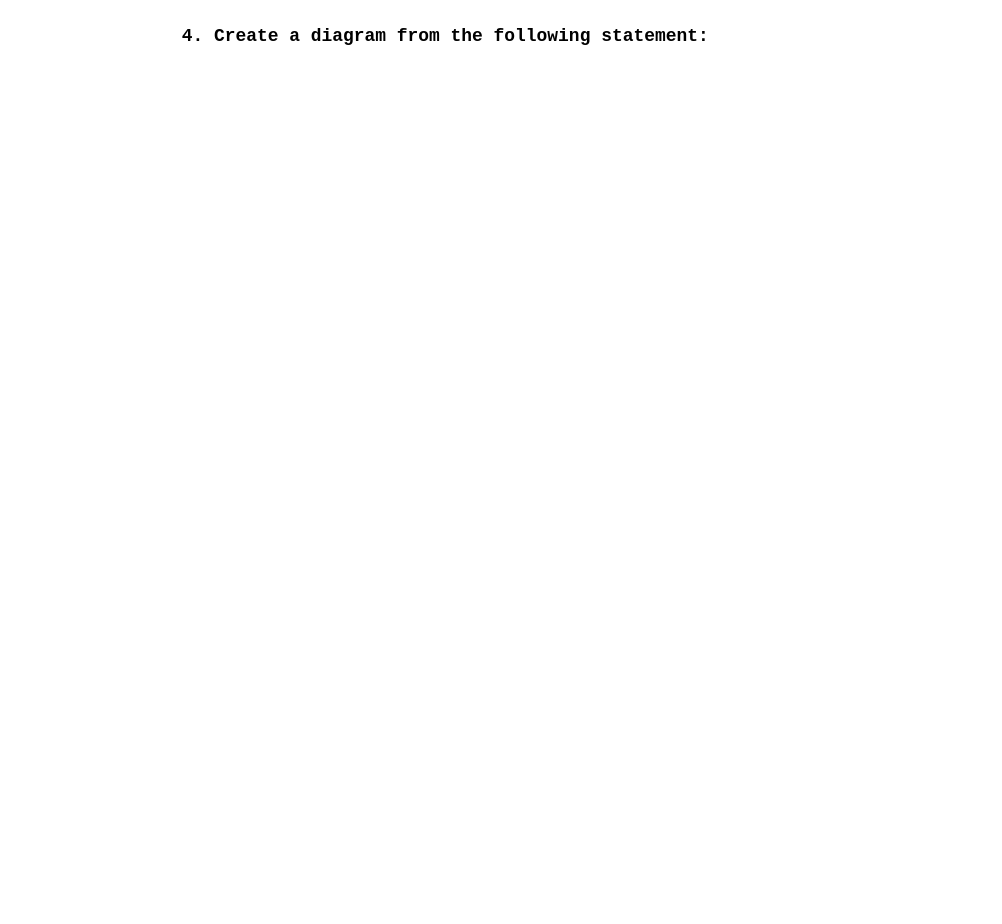
The draw.io diagram page "Exercise 4" (4 of 4) of UD4_Exercise4_MarcosZahonero.drawio in Maek0s/1DAM_Databases, before the edit. Source tidied: cells renumbered, new cells numbered last; positions are measured from the earlier drawing's top-left corner, leaving out a move shared by most shapes. Both pictures are drawn from the tidied source at 112%, with x=0, y=0 at pixel (170, 19).
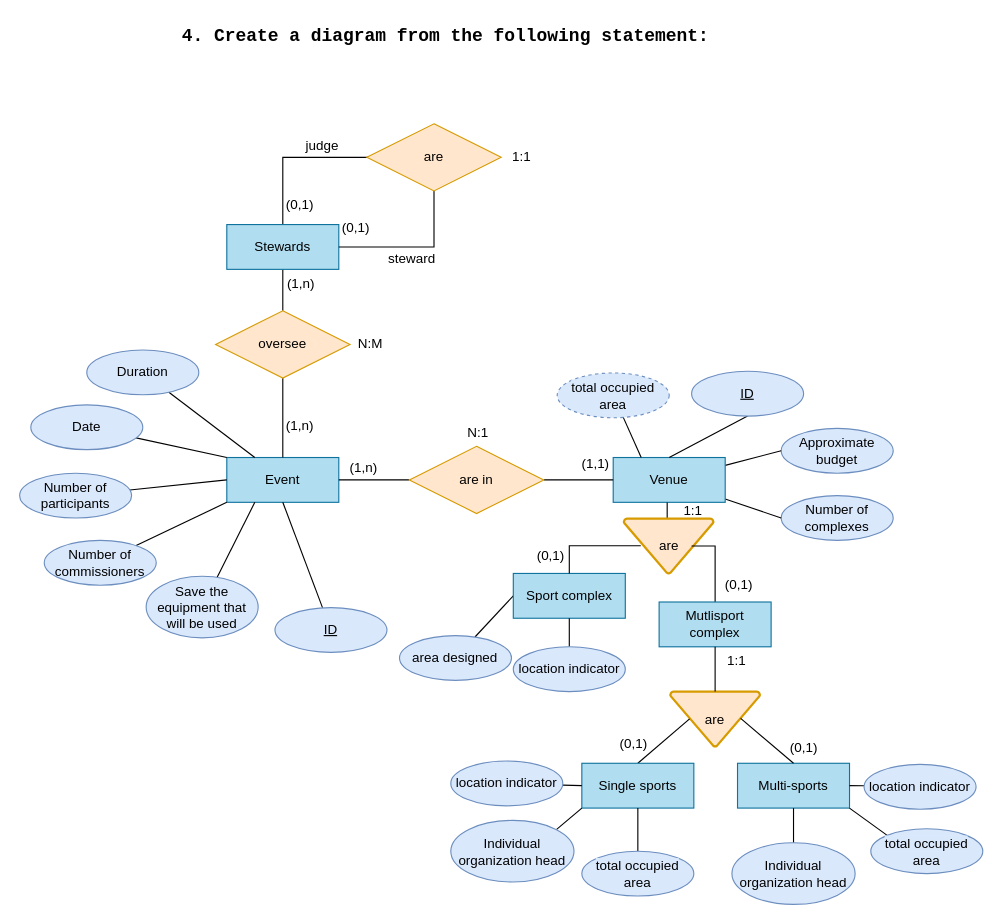
The same page after the edit.

What changed in the source:
```diff
@@
+    <mxCell id="3" value="Number of complexes" style="ellipse;whiteSpace=wrap;html=1;align=center;fillColor=#dae8fc;strokeColor=#6c8ebf;" parent="1" vertex="1">
+      <mxGeometry x="545" y="425" width="100" height="40" as="geometry" />
+    </mxCell>
+    <mxCell id="4" value="Approximate budget" style="ellipse;whiteSpace=wrap;html=1;align=center;fillColor=#dae8fc;strokeColor=#6c8ebf;" parent="1" vertex="1">
+      <mxGeometry x="545" y="365" width="100" height="40" as="geometry" />
+    </mxCell>
+    <mxCell id="5" value="Event" style="whiteSpace=wrap;html=1;align=center;fillColor=#b1ddf0;strokeColor=#10739e;" parent="1" vertex="1">
+      <mxGeometry x="50" y="391" width="100" height="40" as="geometry" />
+    </mxCell>
+    <mxCell id="6" style="rounded=0;jettySize=auto;html=1;entryX=0;entryY=0;entryDx=0;entryDy=0;endArrow=none;endFill=0;" parent="1" edge="1" source="7" target="5">
+      <mxGeometry relative="1" as="geometry" />
+    </mxCell>
+    <mxCell id="7" value="Date" style="ellipse;whiteSpace=wrap;html=1;align=center;fillColor=#dae8fc;strokeColor=#6c8ebf;" parent="1" vertex="1">
+      <mxGeometry x="-125" y="344" width="100" height="40" as="geometry" />
+    </mxCell>
+    <mxCell id="8" style="rounded=0;jettySize=auto;html=1;entryX=0.25;entryY=0;entryDx=0;entryDy=0;endArrow=none;endFill=0;" parent="1" edge="1" source="9" target="5">
+      <mxGeometry relative="1" as="geometry" />
+    </mxCell>
+    <mxCell id="9" value="Duration" style="ellipse;whiteSpace=wrap;html=1;align=center;fillColor=#dae8fc;strokeColor=#6c8ebf;" parent="1" vertex="1">
+      <mxGeometry x="-75" y="295" width="100" height="40" as="geometry" />
+    </mxCell>
+    <mxCell id="10" style="rounded=0;jettySize=auto;html=1;entryX=0;entryY=0.5;entryDx=0;entryDy=0;endArrow=none;endFill=0;" parent="1" edge="1" source="11" target="5">
+      <mxGeometry relative="1" as="geometry" />
+    </mxCell>
+    <mxCell id="11" value="Number of&lt;br&gt;participants" style="ellipse;whiteSpace=wrap;html=1;align=center;fillColor=#dae8fc;strokeColor=#6c8ebf;" parent="1" vertex="1">
+      <mxGeometry x="-135" y="405" width="100" height="40" as="geometry" />
+    </mxCell>
+    <mxCell id="12" style="rounded=0;jettySize=auto;html=1;endArrow=none;endFill=0;entryX=0;entryY=1;entryDx=0;entryDy=0;" parent="1" edge="1" source="13" target="5">
+      <mxGeometry relative="1" as="geometry" />
+    </mxCell>
+    <mxCell id="13" value="Number of&lt;br&gt;commissioners" style="ellipse;whiteSpace=wrap;html=1;align=center;fillColor=#dae8fc;strokeColor=#6c8ebf;" parent="1" vertex="1">
+      <mxGeometry x="-113" y="465" width="100" height="40" as="geometry" />
+    </mxCell>
+    <mxCell id="14" style="rounded=0;jettySize=auto;html=1;entryX=0.25;entryY=1;entryDx=0;entryDy=0;endArrow=none;endFill=0;" parent="1" edge="1" source="15" target="5">
+      <mxGeometry relative="1" as="geometry" />
+    </mxCell>
+    <mxCell id="15" value="Save the equipment that will be used" style="ellipse;whiteSpace=wrap;html=1;align=center;fillColor=#dae8fc;strokeColor=#6c8ebf;" parent="1" vertex="1">
+      <mxGeometry x="-22" y="497" width="100" height="55" as="geometry" />
+    </mxCell>
+    <mxCell id="16" style="rounded=0;jettySize=auto;html=1;endArrow=none;endFill=0;" parent="1" edge="1" source="18" target="30">
+      <mxGeometry relative="1" as="geometry" />
+    </mxCell>
+    <mxCell id="17" style="edgeStyle=orthogonalEdgeStyle;rounded=0;jettySize=auto;html=1;" parent="1" edge="1" source="18">
+      <mxGeometry relative="1" as="geometry">
+        <mxPoint x="215" y="123" as="targetPoint" />
+        <Array as="points">
+          <mxPoint x="100" y="123" />
+        </Array>
+      </mxGeometry>
+    </mxCell>
+    <mxCell id="18" value="Stewards" style="whiteSpace=wrap;html=1;align=center;fillColor=#b1ddf0;strokeColor=#10739e;" parent="1" vertex="1">
+      <mxGeometry x="50" y="183" width="100" height="40" as="geometry" />
+    </mxCell>
+    <mxCell id="19" style="rounded=0;jettySize=auto;html=1;entryX=0;entryY=0.5;entryDx=0;entryDy=0;endArrow=none;endFill=0;" parent="1" edge="1" source="21" target="3">
+      <mxGeometry relative="1" as="geometry" />
+    </mxCell>
+    <mxCell id="20" style="rounded=0;jettySize=auto;html=1;entryX=0;entryY=0.5;entryDx=0;entryDy=0;endArrow=none;endFill=0;" parent="1" edge="1" source="21" target="4">
+      <mxGeometry relative="1" as="geometry" />
+    </mxCell>
+    <mxCell id="21" value="Venue" style="whiteSpace=wrap;html=1;align=center;fillColor=#b1ddf0;strokeColor=#10739e;" parent="1" vertex="1">
+      <mxGeometry x="395" y="391" width="100" height="40" as="geometry" />
+    </mxCell>
+    <mxCell id="22" style="rounded=0;jettySize=auto;html=1;entryX=0;entryY=0.5;entryDx=0;entryDy=0;endArrow=none;endFill=0;" parent="1" edge="1" source="24" target="21">
+      <mxGeometry relative="1" as="geometry" />
+    </mxCell>
+    <mxCell id="23" style="rounded=0;jettySize=auto;html=1;entryX=1;entryY=0.5;entryDx=0;entryDy=0;endArrow=none;endFill=0;" parent="1" edge="1" source="24" target="5">
+      <mxGeometry relative="1" as="geometry" />
+    </mxCell>
+    <mxCell id="24" value="are in" style="shape=rhombus;perimeter=rhombusPerimeter;whiteSpace=wrap;html=1;align=center;fillColor=#ffe6cc;strokeColor=#d79b00;" parent="1" vertex="1">
+      <mxGeometry x="213" y="381" width="120" height="60" as="geometry" />
+    </mxCell>
+    <mxCell id="25" value="are" style="strokeWidth=2;html=1;shape=mxgraph.flowchart.merge_or_storage;whiteSpace=wrap;fillColor=#ffe6cc;strokeColor=#d79b00;" parent="1" vertex="1">
+      <mxGeometry x="446" y="600" width="80" height="49" as="geometry" />
+    </mxCell>
+    <mxCell id="26" style="rounded=0;jettySize=auto;html=1;entryX=0.215;entryY=0.496;entryDx=0;entryDy=0;entryPerimeter=0;exitX=0.5;exitY=0;exitDx=0;exitDy=0;endArrow=none;endFill=0;" parent="1" edge="1" source="27" target="25">
+      <mxGeometry relative="1" as="geometry" />
+    </mxCell>
+    <mxCell id="27" value="Single sports" style="whiteSpace=wrap;html=1;align=center;fillColor=#b1ddf0;strokeColor=#10739e;" parent="1" vertex="1">
+      <mxGeometry x="367" y="664" width="100" height="40" as="geometry" />
+    </mxCell>
+    <mxCell id="28" value="Multi-sports" style="whiteSpace=wrap;html=1;align=center;fillColor=#b1ddf0;strokeColor=#10739e;" parent="1" vertex="1">
+      <mxGeometry x="506" y="664" width="100" height="40" as="geometry" />
+    </mxCell>
+    <mxCell id="29" style="rounded=0;jettySize=auto;html=1;endArrow=none;endFill=0;" parent="1" edge="1" source="30" target="5">
+      <mxGeometry relative="1" as="geometry" />
+    </mxCell>
+    <mxCell id="30" value="oversee" style="shape=rhombus;perimeter=rhombusPerimeter;whiteSpace=wrap;html=1;align=center;fillColor=#ffe6cc;strokeColor=#d79b00;" parent="1" vertex="1">
+      <mxGeometry x="40" y="260" width="120" height="60" as="geometry" />
+    </mxCell>
+    <mxCell id="31" style="rounded=0;jettySize=auto;html=1;exitX=0.5;exitY=0;exitDx=0;exitDy=0;entryX=0.785;entryY=0.488;entryDx=0;entryDy=0;entryPerimeter=0;endArrow=none;endFill=0;" parent="1" edge="1" source="28" target="25">
+      <mxGeometry relative="1" as="geometry" />
+    </mxCell>
+    <mxCell id="32" style="edgeStyle=orthogonalEdgeStyle;rounded=0;jettySize=auto;html=1;entryX=1;entryY=0.5;entryDx=0;entryDy=0;endArrow=none;endFill=0;" parent="1" edge="1" source="33" target="18">
+      <mxGeometry relative="1" as="geometry">
+        <Array as="points">
+          <mxPoint x="235" y="203" />
+        </Array>
+      </mxGeometry>
+    </mxCell>
+    <mxCell id="33" value="are" style="shape=rhombus;perimeter=rhombusPerimeter;whiteSpace=wrap;html=1;align=center;fillColor=#ffe6cc;strokeColor=#d79b00;" parent="1" vertex="1">
+      <mxGeometry x="175" y="93" width="120" height="60" as="geometry" />
+    </mxCell>
+    <mxCell id="34" value="judge" style="text;html=1;align=center;verticalAlign=middle;strokeColor=none;fillColor=none;" parent="1" vertex="1">
+      <mxGeometry x="110" y="98" width="50" height="30" as="geometry" />
+    </mxCell>
+    <mxCell id="35" value="steward" style="text;html=1;align=center;verticalAlign=middle;strokeColor=none;fillColor=none;" parent="1" vertex="1">
+      <mxGeometry x="180" y="199" width="70" height="30" as="geometry" />
+    </mxCell>
+    <mxCell id="36" style="rounded=0;jettySize=auto;html=1;entryX=0;entryY=0.5;entryDx=0;entryDy=0;endArrow=none;endFill=0;" parent="1" edge="1" source="37" target="58">
+      <mxGeometry relative="1" as="geometry" />
+    </mxCell>
+    <mxCell id="37" value="area designed" style="ellipse;whiteSpace=wrap;html=1;align=center;fillColor=#dae8fc;strokeColor=#6c8ebf;" parent="1" vertex="1">
+      <mxGeometry x="204.2" y="550" width="100" height="40" as="geometry" />
+    </mxCell>
+    <mxCell id="38" style="rounded=0;jettySize=auto;html=1;exitX=0;exitY=0.476;exitDx=0;exitDy=0;entryX=1;entryY=0.5;entryDx=0;entryDy=0;endArrow=none;endFill=0;exitPerimeter=0;" parent="1" edge="1" source="68" target="28">
+      <mxGeometry relative="1" as="geometry" />
+    </mxCell>
+    <mxCell id="39" style="rounded=0;jettySize=auto;html=1;entryX=0.25;entryY=0;entryDx=0;entryDy=0;endArrow=none;endFill=0;" parent="1" edge="1" target="21">
+      <mxGeometry relative="1" as="geometry">
+        <mxPoint x="403.8" y="354.7" as="sourcePoint" />
+      </mxGeometry>
+    </mxCell>
+    <mxCell id="40" style="rounded=0;jettySize=auto;html=1;entryX=0.5;entryY=1;entryDx=0;entryDy=0;endArrow=none;endFill=0;" parent="1" edge="1" source="41" target="5">
+      <mxGeometry relative="1" as="geometry" />
+    </mxCell>
+    <mxCell id="41" value="ID" style="ellipse;whiteSpace=wrap;html=1;align=center;fontStyle=4;fillColor=#dae8fc;strokeColor=#6c8ebf;" parent="1" vertex="1">
+      <mxGeometry x="93" y="525" width="100" height="40" as="geometry" />
+    </mxCell>
+    <mxCell id="42" style="rounded=0;jettySize=auto;html=1;exitX=0.5;exitY=1;exitDx=0;exitDy=0;entryX=0.5;entryY=0;entryDx=0;entryDy=0;endArrow=none;endFill=0;" parent="1" edge="1" source="43" target="21">
+      <mxGeometry relative="1" as="geometry" />
+    </mxCell>
+    <mxCell id="43" value="ID" style="ellipse;whiteSpace=wrap;html=1;align=center;fontStyle=4;fillColor=#dae8fc;strokeColor=#6c8ebf;" parent="1" vertex="1">
+      <mxGeometry x="465" y="314" width="100" height="40" as="geometry" />
+    </mxCell>
+    <mxCell id="44" value="(0,1)" style="text;html=1;align=center;verticalAlign=middle;strokeColor=none;fillColor=none;" parent="1" vertex="1">
+      <mxGeometry x="90" y="151" width="50" height="30" as="geometry" />
+    </mxCell>
+    <mxCell id="45" value="(0,1)" style="text;html=1;align=center;verticalAlign=middle;strokeColor=none;fillColor=none;" parent="1" vertex="1">
+      <mxGeometry x="140" y="171" width="50" height="30" as="geometry" />
+    </mxCell>
+    <mxCell id="46" value="1:1" style="text;html=1;align=center;verticalAlign=middle;strokeColor=none;fillColor=none;" parent="1" vertex="1">
+      <mxGeometry x="293" y="108" width="40" height="30" as="geometry" />
+    </mxCell>
+    <mxCell id="47" value="(1,n)" style="text;html=1;align=center;verticalAlign=middle;strokeColor=none;fillColor=none;" parent="1" vertex="1">
+      <mxGeometry x="90" y="348" width="50" height="30" as="geometry" />
+    </mxCell>
+    <mxCell id="48" value="(1,n)" style="text;html=1;align=center;verticalAlign=middle;strokeColor=none;fillColor=none;" parent="1" vertex="1">
+      <mxGeometry x="91" y="221" width="50" height="30" as="geometry" />
+    </mxCell>
+    <mxCell id="49" value="N:M" style="text;html=1;align=center;verticalAlign=middle;strokeColor=none;fillColor=none;" parent="1" vertex="1">
+      <mxGeometry x="153" y="275" width="50" height="30" as="geometry" />
+    </mxCell>
+    <mxCell id="50" value="(1,n)" style="text;html=1;align=center;verticalAlign=middle;strokeColor=none;fillColor=none;" parent="1" vertex="1">
+      <mxGeometry x="147" y="385" width="50" height="30" as="geometry" />
+    </mxCell>
+    <mxCell id="51" value="(1,1)" style="text;html=1;align=center;verticalAlign=middle;strokeColor=none;fillColor=none;" parent="1" vertex="1">
+      <mxGeometry x="354" y="382" width="50" height="30" as="geometry" />
+    </mxCell>
+    <mxCell id="52" value="N:1" style="text;html=1;align=center;verticalAlign=middle;strokeColor=none;fillColor=none;" parent="1" vertex="1">
+      <mxGeometry x="254" y="354" width="40" height="30" as="geometry" />
+    </mxCell>
+    <mxCell id="53" value="&lt;span style=&quot;color: rgb(0, 0, 0); font-family: Helvetica; font-size: 12px; font-style: normal; font-variant-ligatures: normal; font-variant-caps: normal; font-weight: 400; letter-spacing: normal; orphans: 2; text-align: center; text-indent: 0px; text-transform: none; widows: 2; word-spacing: 0px; -webkit-text-stroke-width: 0px; text-decoration-thickness: initial; text-decoration-style: initial; text-decoration-color: initial; float: none; display: inline !important; background-color: rgb(218, 232, 252);&quot;&gt;total occupied area&lt;/span&gt;" style="ellipse;whiteSpace=wrap;html=1;align=center;dashed=1;fillColor=#dae8fc;strokeColor=#6c8ebf;" parent="1" vertex="1">
+      <mxGeometry x="345" y="315.5" width="100" height="40" as="geometry" />
+    </mxCell>
+    <mxCell id="54" value="(0,1)" style="text;html=1;align=center;verticalAlign=middle;strokeColor=none;fillColor=none;" parent="1" vertex="1">
+      <mxGeometry x="388" y="632" width="50" height="30" as="geometry" />
+    </mxCell>
+    <mxCell id="55" value="(0,1)" style="text;html=1;align=center;verticalAlign=middle;strokeColor=none;fillColor=none;" parent="1" vertex="1">
+      <mxGeometry x="540" y="635" width="50" height="30" as="geometry" />
+    </mxCell>
+    <mxCell id="56" style="edgeStyle=orthogonalEdgeStyle;rounded=0;jettySize=auto;html=1;exitX=0.5;exitY=0;exitDx=0;exitDy=0;exitPerimeter=0;endArrow=none;endFill=0;entryX=0.482;entryY=1.003;entryDx=0;entryDy=0;entryPerimeter=0;" parent="1" edge="1" source="57" target="21">
+      <mxGeometry relative="1" as="geometry" />
+    </mxCell>
+    <mxCell id="57" value="are" style="strokeWidth=2;html=1;shape=mxgraph.flowchart.merge_or_storage;whiteSpace=wrap;fillColor=#ffe6cc;strokeColor=#d79b00;" parent="1" vertex="1">
+      <mxGeometry x="404.5" y="445.5" width="80" height="49" as="geometry" />
+    </mxCell>
+    <mxCell id="58" value="Sport complex" style="whiteSpace=wrap;html=1;align=center;fillColor=#b1ddf0;strokeColor=#10739e;" parent="1" vertex="1">
+      <mxGeometry x="305.8" y="494.5" width="100" height="40" as="geometry" />
+    </mxCell>
+    <mxCell id="59" style="edgeStyle=orthogonalEdgeStyle;rounded=0;jettySize=auto;html=1;entryX=0.756;entryY=0.5;entryDx=0;entryDy=0;entryPerimeter=0;endArrow=none;endFill=0;" parent="1" edge="1" source="60" target="57">
+      <mxGeometry relative="1" as="geometry">
+        <Array as="points">
+          <mxPoint x="486" y="470" />
+        </Array>
+      </mxGeometry>
+    </mxCell>
+    <mxCell id="60" value="Mutlisport complex" style="whiteSpace=wrap;html=1;align=center;fillColor=#b1ddf0;strokeColor=#10739e;" parent="1" vertex="1">
+      <mxGeometry x="436" y="520" width="100" height="40" as="geometry" />
+    </mxCell>
+    <mxCell id="61" style="rounded=0;jettySize=auto;html=1;entryX=0.5;entryY=0;entryDx=0;entryDy=0;entryPerimeter=0;endArrow=none;endFill=0;" parent="1" edge="1" source="60" target="25">
+      <mxGeometry relative="1" as="geometry" />
+    </mxCell>
+    <mxCell id="62" style="rounded=0;jettySize=auto;html=1;entryX=0.5;entryY=1;entryDx=0;entryDy=0;endArrow=none;endFill=0;" parent="1" edge="1" source="63" target="58">
+      <mxGeometry relative="1" as="geometry" />
+    </mxCell>
+    <mxCell id="63" value="location indicator" style="ellipse;whiteSpace=wrap;html=1;align=center;fillColor=#dae8fc;strokeColor=#6c8ebf;" parent="1" vertex="1">
+      <mxGeometry x="305.8" y="560" width="100" height="40" as="geometry" />
+    </mxCell>
+    <mxCell id="64" style="rounded=0;jettySize=auto;html=1;entryX=0;entryY=0.5;entryDx=0;entryDy=0;endArrow=none;endFill=0;" parent="1" edge="1" source="65" target="27">
+      <mxGeometry relative="1" as="geometry" />
+    </mxCell>
+    <mxCell id="65" value="location indicator" style="ellipse;whiteSpace=wrap;html=1;align=center;fillColor=#dae8fc;strokeColor=#6c8ebf;" parent="1" vertex="1">
+      <mxGeometry x="250" y="662" width="100" height="40" as="geometry" />
+    </mxCell>
+    <mxCell id="66" style="rounded=0;jettySize=auto;html=1;exitX=1;exitY=0;exitDx=0;exitDy=0;entryX=0;entryY=1;entryDx=0;entryDy=0;endArrow=none;endFill=0;" parent="1" edge="1" source="67" target="27">
+      <mxGeometry relative="1" as="geometry" />
+    </mxCell>
+    <mxCell id="67" value="Individual organization head" style="ellipse;whiteSpace=wrap;html=1;align=center;fillColor=#dae8fc;strokeColor=#6c8ebf;" parent="1" vertex="1">
+      <mxGeometry x="250" y="715" width="110" height="55" as="geometry" />
+    </mxCell>
+    <mxCell id="68" value="location indicator" style="ellipse;whiteSpace=wrap;html=1;align=center;fillColor=#dae8fc;strokeColor=#6c8ebf;" parent="1" vertex="1">
+      <mxGeometry x="619" y="665" width="100" height="40" as="geometry" />
+    </mxCell>
+    <mxCell id="69" style="rounded=0;jettySize=auto;html=1;entryX=0.5;entryY=1;entryDx=0;entryDy=0;endArrow=none;endFill=0;" parent="1" edge="1" source="70" target="28">
+      <mxGeometry relative="1" as="geometry" />
+    </mxCell>
+    <mxCell id="70" value="Individual organization head" style="ellipse;whiteSpace=wrap;html=1;align=center;fillColor=#dae8fc;strokeColor=#6c8ebf;" parent="1" vertex="1">
+      <mxGeometry x="501" y="735" width="110" height="55" as="geometry" />
+    </mxCell>
+    <mxCell id="71" style="rounded=0;jettySize=auto;html=1;exitX=0;exitY=0;exitDx=0;exitDy=0;entryX=1;entryY=1;entryDx=0;entryDy=0;endArrow=none;endFill=0;" parent="1" edge="1" source="72" target="28">
+      <mxGeometry relative="1" as="geometry" />
+    </mxCell>
+    <mxCell id="72" value="&lt;span style=&quot;color: rgb(0, 0, 0); font-family: Helvetica; font-size: 12px; font-style: normal; font-variant-ligatures: normal; font-variant-caps: normal; font-weight: 400; letter-spacing: normal; orphans: 2; text-align: center; text-indent: 0px; text-transform: none; widows: 2; word-spacing: 0px; -webkit-text-stroke-width: 0px; background-color: rgb(218, 232, 252); text-decoration-thickness: initial; text-decoration-style: initial; text-decoration-color: initial; float: none; display: inline !important;&quot;&gt;total occupied area&lt;/span&gt;" style="ellipse;whiteSpace=wrap;html=1;align=center;fillColor=#dae8fc;strokeColor=#6c8ebf;" parent="1" vertex="1">
+      <mxGeometry x="625" y="722.5" width="100" height="40" as="geometry" />
+    </mxCell>
+    <mxCell id="73" style="rounded=0;jettySize=auto;html=1;entryX=0.5;entryY=1;entryDx=0;entryDy=0;endArrow=none;endFill=0;" parent="1" edge="1" source="74" target="27">
+      <mxGeometry relative="1" as="geometry" />
+    </mxCell>
+    <mxCell id="74" value="&lt;span style=&quot;color: rgb(0, 0, 0); font-family: Helvetica; font-size: 12px; font-style: normal; font-variant-ligatures: normal; font-variant-caps: normal; font-weight: 400; letter-spacing: normal; orphans: 2; text-align: center; text-indent: 0px; text-transform: none; widows: 2; word-spacing: 0px; -webkit-text-stroke-width: 0px; background-color: rgb(218, 232, 252); text-decoration-thickness: initial; text-decoration-style: initial; text-decoration-color: initial; float: none; display: inline !important;&quot;&gt;total occupied area&lt;/span&gt;" style="ellipse;whiteSpace=wrap;html=1;align=center;fillColor=#dae8fc;strokeColor=#6c8ebf;" parent="1" vertex="1">
+      <mxGeometry x="367" y="742.5" width="100" height="40" as="geometry" />
+    </mxCell>
+    <mxCell id="75" style="edgeStyle=orthogonalEdgeStyle;rounded=0;jettySize=auto;html=1;entryX=0.189;entryY=0.496;entryDx=0;entryDy=0;entryPerimeter=0;endArrow=none;endFill=0;" parent="1" edge="1" source="58" target="57">
+      <mxGeometry relative="1" as="geometry">
+        <Array as="points">
+          <mxPoint x="356" y="470" />
+          <mxPoint x="420" y="470" />
+        </Array>
+      </mxGeometry>
+    </mxCell>
+    <mxCell id="76" value="(0,1)" style="text;html=1;align=center;verticalAlign=middle;strokeColor=none;fillColor=none;" parent="1" vertex="1">
+      <mxGeometry x="481.5" y="490" width="50" height="30" as="geometry" />
+    </mxCell>
+    <mxCell id="77" value="(0,1)" style="text;html=1;align=center;verticalAlign=middle;strokeColor=none;fillColor=none;" parent="1" vertex="1">
+      <mxGeometry x="314" y="464" width="50" height="30" as="geometry" />
+    </mxCell>
+    <mxCell id="78" value="1:1" style="text;html=1;align=center;verticalAlign=middle;strokeColor=none;fillColor=none;" parent="1" vertex="1">
+      <mxGeometry x="485" y="558" width="40" height="30" as="geometry" />
+    </mxCell>
+    <mxCell id="79" value="1:1" style="text;html=1;align=center;verticalAlign=middle;strokeColor=none;fillColor=none;" parent="1" vertex="1">
+      <mxGeometry x="446" y="424" width="40" height="30" as="geometry" />
+    </mxCell>
```
